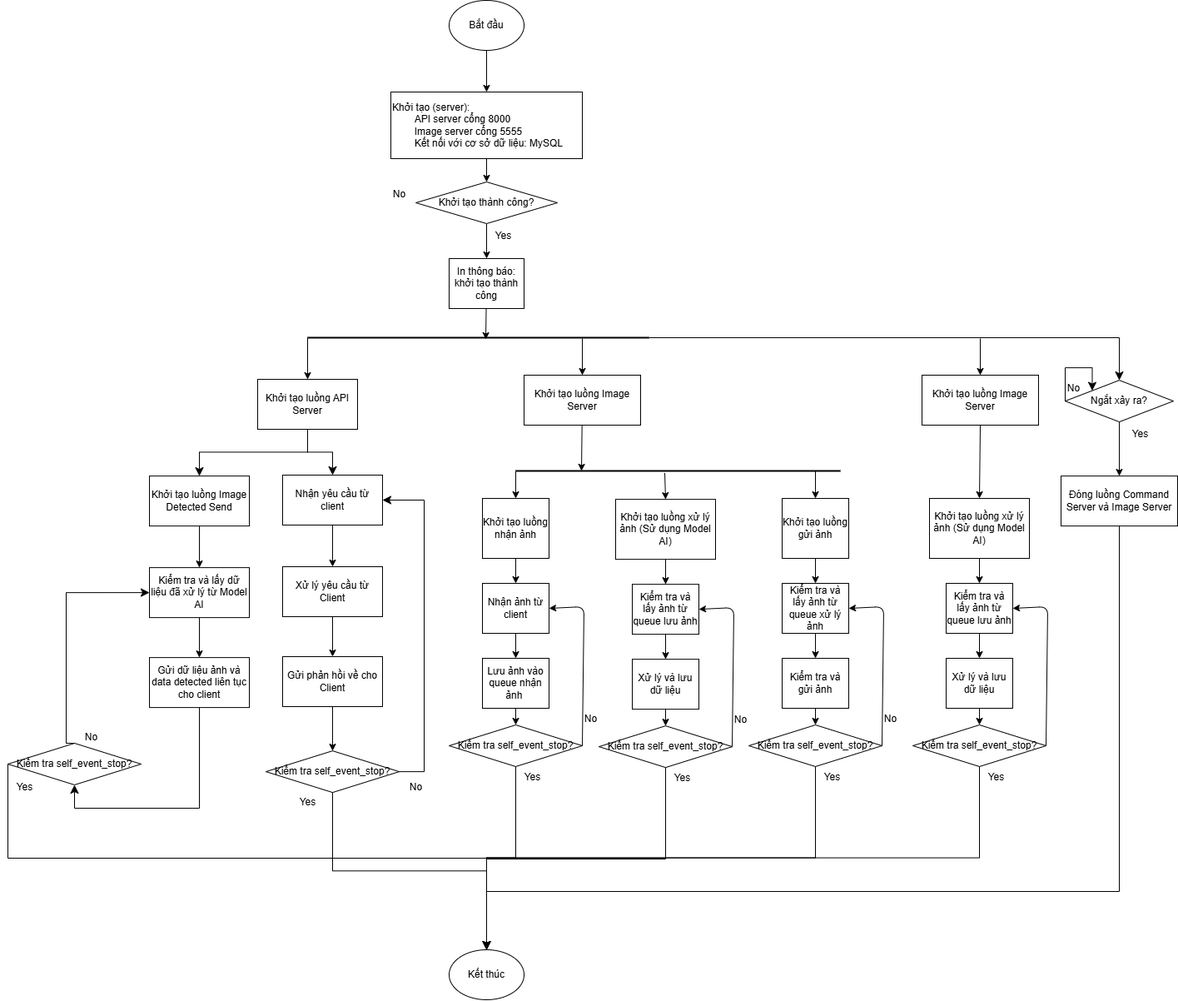
Earlier version of the draw.io export server_uml.png (QuangNTrex/PBL6_Web). Source tidied: cells renumbered, new cells last; positions are measured from the earlier drawing's top-left corner, leaving out a move shared by most shapes.
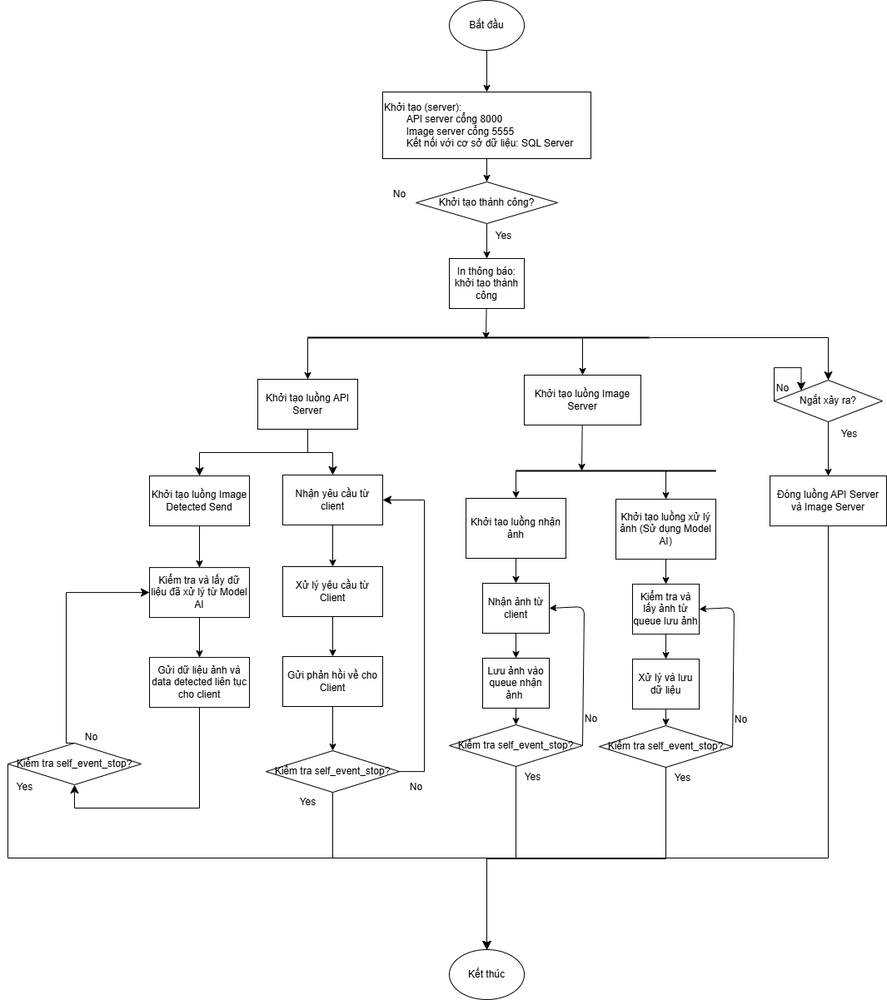
The same file after the commit.

What changed in the source:
```diff
@@ -11,8 +11,8 @@
     <mxCell id="4" style="edgeStyle=none;html=1;entryX=0.5;entryY=0;entryDx=0;entryDy=0;" parent="1" edge="1" source="5" target="7">
       <mxGeometry relative="1" as="geometry" />
     </mxCell>
-    <mxCell id="5" value="Khởi tạo (server):&lt;div&gt;&lt;span style=&quot;white-space: pre;&quot;&gt;&#9;&lt;/span&gt;API server cổng 8000&lt;br&gt;&lt;/div&gt;&lt;div&gt;&lt;span style=&quot;white-space: pre;&quot;&gt;&#9;&lt;/span&gt;Image server cổng 5555&lt;br&gt;&lt;/div&gt;&lt;div&gt;&lt;span style=&quot;white-space: pre;&quot;&gt;&#9;&lt;/span&gt;Kết nối với cơ sở dữ liệu: MySQL&lt;br&gt;&lt;/div&gt;" style="rounded=0;whiteSpace=wrap;html=1;align=left;" parent="1" vertex="1">
-      <mxGeometry x="460" y="110" width="230" height="80" as="geometry" />
+    <mxCell id="5" value="Khởi tạo (server):&lt;div&gt;&lt;span style=&quot;white-space: pre;&quot;&gt;&#9;&lt;/span&gt;API server cổng 8000&lt;br&gt;&lt;/div&gt;&lt;div&gt;&lt;span style=&quot;white-space: pre;&quot;&gt;&#9;&lt;/span&gt;Image server cổng 5555&lt;br&gt;&lt;/div&gt;&lt;div&gt;&lt;span style=&quot;white-space: pre;&quot;&gt;&#9;&lt;/span&gt;Kết nối với cơ sở dữ liệu: SQL Server&lt;br&gt;&lt;/div&gt;" style="rounded=0;whiteSpace=wrap;html=1;align=left;" parent="1" vertex="1">
+      <mxGeometry x="450" y="110" width="250" height="80" as="geometry" />
     </mxCell>
     <mxCell id="6" style="edgeStyle=none;html=1;entryX=0.5;entryY=0;entryDx=0;entryDy=0;" parent="1" edge="1" source="7" target="9">
       <mxGeometry relative="1" as="geometry" />
@@ -58,21 +58,21 @@
       <mxGeometry relative="1" as="geometry" />
     </mxCell>
     <mxCell id="19" value="Khởi tạo luồng nhận ảnh" style="rounded=0;whiteSpace=wrap;html=1;" parent="1" vertex="1">
-      <mxGeometry x="570" y="598" width="80" height="72" as="geometry" />
+      <mxGeometry x="550" y="598" width="120" height="72" as="geometry" />
     </mxCell>
     <mxCell id="20" style="line;strokeWidth=2;html=1;" parent="1" vertex="1">
-      <mxGeometry x="610" y="560" width="390" height="10" as="geometry" />
+      <mxGeometry x="610" y="560" width="240" height="10" as="geometry" />
     </mxCell>
     <mxCell id="21" style="edgeStyle=none;html=1;" parent="1" edge="1" source="22" target="63">
       <mxGeometry relative="1" as="geometry" />
     </mxCell>
     <mxCell id="22" value="Ngắt xảy ra?" style="rhombus;whiteSpace=wrap;html=1;" parent="1" vertex="1">
-      <mxGeometry x="1270" y="456.1" width="130" height="50" as="geometry" />
+      <mxGeometry x="920" y="456.1" width="130" height="50" as="geometry" />
     </mxCell>
     <mxCell id="23" style="edgeStyle=elbowEdgeStyle;elbow=vertical;endArrow=classic;html=1;curved=0;rounded=0;endSize=8;startSize=8;entryX=0.5;entryY=0;entryDx=0;entryDy=0;exitX=0.5;exitY=1;exitDx=0;exitDy=0;" parent="1" edge="1" source="63" target="8">
       <mxGeometry relative="1" as="geometry">
         <Array as="points">
-          <mxPoint x="810" y="1070" />
+          <mxPoint x="930" y="1030" />
         </Array>
       </mxGeometry>
     </mxCell>
@@ -121,7 +121,7 @@
     <mxCell id="36" value="Khởi tạo luồng xử lý ảnh (Sử dụng Model AI)" style="rounded=0;whiteSpace=wrap;html=1;" parent="1" vertex="1">
       <mxGeometry x="730" y="599.1" width="120" height="72" as="geometry" />
     </mxCell>
-    <mxCell id="37" style="endArrow=classic;html=1;exitX=0.459;exitY=0.744;exitDx=0;exitDy=0;exitPerimeter=0;entryX=0.5;entryY=0;entryDx=0;entryDy=0;" parent="1" edge="1" source="20" target="36">
+    <mxCell id="37" style="endArrow=classic;html=1;exitX=0.75;exitY=0.5;exitDx=0;exitDy=0;exitPerimeter=0;entryX=0.5;entryY=0;entryDx=0;entryDy=0;" parent="1" edge="1" source="20" target="36">
       <mxGeometry relative="1" as="geometry" />
     </mxCell>
     <mxCell id="38" value="Kiểm tra và lấy ảnh từ queue lưu ảnh" style="rounded=0;whiteSpace=wrap;html=1;" parent="1" vertex="1">
@@ -155,50 +155,8 @@
     <mxCell id="46" value="Yes" style="text;html=1;align=center;verticalAlign=middle;strokeColor=none;fillColor=none;" parent="1" vertex="1">
       <mxGeometry x="790" y="919.1" width="40" height="30" as="geometry" />
     </mxCell>
-    <mxCell id="47" style="edgeStyle=none;html=1;entryX=0.5;entryY=0;entryDx=0;entryDy=0;" parent="1" edge="1" source="48" target="50">
-      <mxGeometry relative="1" as="geometry" />
-    </mxCell>
-    <mxCell id="48" value="Khởi tạo luồng gửi ảnh" style="rounded=0;whiteSpace=wrap;html=1;" parent="1" vertex="1">
-      <mxGeometry x="930" y="598" width="80" height="72" as="geometry" />
-    </mxCell>
-    <mxCell id="49" style="endArrow=classic;html=1;exitX=0;exitY=0.5;exitDx=0;exitDy=0;exitPerimeter=0;entryX=0.5;entryY=0;entryDx=0;entryDy=0;" parent="1" edge="1" target="48">
-      <mxGeometry relative="1" as="geometry">
-        <mxPoint x="970" y="565" as="sourcePoint" />
-      </mxGeometry>
-    </mxCell>
-    <mxCell id="50" value="Kiểm tra và lấy ảnh từ queue xử lý ảnh" style="rounded=0;whiteSpace=wrap;html=1;" parent="1" vertex="1">
-      <mxGeometry x="930" y="700" width="80" height="60" as="geometry" />
-    </mxCell>
-    <mxCell id="51" style="edgeStyle=none;html=1;entryX=0.5;entryY=0;entryDx=0;entryDy=0;exitX=0.5;exitY=1;exitDx=0;exitDy=0;" parent="1" edge="1" source="50" target="53">
-      <mxGeometry relative="1" as="geometry" />
-    </mxCell>
-    <mxCell id="52" style="edgeStyle=none;html=1;entryX=0.5;entryY=0;entryDx=0;entryDy=0;" parent="1" edge="1" source="53" target="55">
-      <mxGeometry relative="1" as="geometry" />
-    </mxCell>
-    <mxCell id="53" value="Kiểm tra và gửi ảnh" style="rounded=0;whiteSpace=wrap;html=1;" parent="1" vertex="1">
-      <mxGeometry x="930" y="790" width="80" height="60" as="geometry" />
-    </mxCell>
-    <mxCell id="54" style="edgeStyle=none;html=1;exitX=1;exitY=0.5;exitDx=0;exitDy=0;entryX=1;entryY=0.5;entryDx=0;entryDy=0;" parent="1" edge="1" source="55" target="50">
-      <mxGeometry relative="1" as="geometry">
-        <Array as="points">
-          <mxPoint x="1052" y="728" />
-        </Array>
-      </mxGeometry>
-    </mxCell>
-    <mxCell id="55" value="Kiểm tra self_event_stop?" style="rhombus;whiteSpace=wrap;html=1;" parent="1" vertex="1">
-      <mxGeometry x="890" y="870" width="160" height="50" as="geometry" />
-    </mxCell>
-    <mxCell id="56" value="No" style="text;html=1;align=center;verticalAlign=middle;strokeColor=none;fillColor=none;" parent="1" vertex="1">
-      <mxGeometry x="1040" y="848" width="40" height="30" as="geometry" />
-    </mxCell>
-    <mxCell id="57" style="edgeStyle=elbowEdgeStyle;elbow=vertical;endArrow=classic;html=1;curved=0;rounded=0;endSize=8;startSize=8;exitX=0.5;exitY=1;exitDx=0;exitDy=0;entryX=0.5;entryY=0;entryDx=0;entryDy=0;" parent="1" edge="1" source="55" target="8">
-      <mxGeometry relative="1" as="geometry" />
-    </mxCell>
-    <mxCell id="58" value="Yes" style="text;html=1;align=center;verticalAlign=middle;strokeColor=none;fillColor=none;" parent="1" vertex="1">
-      <mxGeometry x="970" y="918" width="40" height="30" as="geometry" />
-    </mxCell>
     <mxCell id="59" value="Yes" style="text;html=1;align=center;verticalAlign=middle;strokeColor=none;fillColor=none;" parent="1" vertex="1">
-      <mxGeometry x="1340" y="506.1" width="40" height="30" as="geometry" />
+      <mxGeometry x="990" y="506.1" width="40" height="30" as="geometry" />
     </mxCell>
     <mxCell id="60" style="edgeStyle=elbowEdgeStyle;elbow=vertical;endArrow=classic;html=1;curved=0;rounded=0;endSize=8;startSize=8;exitX=1;exitY=0.5;exitDx=0;exitDy=0;exitPerimeter=0;entryX=0.5;entryY=0;entryDx=0;entryDy=0;" parent="1" edge="1" source="12" target="22">
       <mxGeometry relative="1" as="geometry">
@@ -210,17 +168,17 @@
     <mxCell id="61" style="edgeStyle=elbowEdgeStyle;elbow=vertical;endArrow=classic;html=1;curved=0;rounded=0;endSize=8;startSize=8;exitX=0;exitY=0.5;exitDx=0;exitDy=0;entryX=0;entryY=0;entryDx=0;entryDy=0;" parent="1" edge="1" source="22" target="22">
       <mxGeometry relative="1" as="geometry">
         <Array as="points">
-          <mxPoint x="1280" y="441.1" />
-          <mxPoint x="1230" y="441.1" />
-          <mxPoint x="1230" y="481.1" />
+          <mxPoint x="930" y="441.1" />
+          <mxPoint x="880" y="441.1" />
+          <mxPoint x="880" y="481.1" />
         </Array>
       </mxGeometry>
     </mxCell>
     <mxCell id="62" value="No" style="text;html=1;align=center;verticalAlign=middle;strokeColor=none;fillColor=none;" parent="1" vertex="1">
-      <mxGeometry x="1260" y="451.1" width="40" height="30" as="geometry" />
+      <mxGeometry x="910" y="451.1" width="40" height="30" as="geometry" />
     </mxCell>
-    <mxCell id="63" value="Đóng luồng Command Server và Image Server" style="rounded=0;whiteSpace=wrap;html=1;" parent="1" vertex="1">
-      <mxGeometry x="1265" y="571.1" width="140" height="60" as="geometry" />
+    <mxCell id="63" value="Đóng luồng API Server và Image Server" style="rounded=0;whiteSpace=wrap;html=1;" parent="1" vertex="1">
+      <mxGeometry x="915" y="571.1" width="140" height="60" as="geometry" />
     </mxCell>
     <mxCell id="64" style="edgeStyle=none;html=1;entryX=0.5;entryY=0;entryDx=0;entryDy=0;" parent="1" edge="1" source="65" target="68">
       <mxGeometry relative="1" as="geometry" />
@@ -309,52 +267,11 @@
       <mxGeometry x="340" y="948" width="40" height="30" as="geometry" />
     </mxCell>
     <mxCell id="87" style="edgeStyle=elbowEdgeStyle;elbow=vertical;endArrow=classic;html=1;curved=0;rounded=0;endSize=8;startSize=8;entryX=0.5;entryY=0;entryDx=0;entryDy=0;exitX=0.5;exitY=1;exitDx=0;exitDy=0;" parent="1" edge="1" source="84" target="8">
-      <mxGeometry relative="1" as="geometry" />
+      <mxGeometry relative="1" as="geometry">
+        <Array as="points">
+          <mxPoint x="490" y="1030" />
+        </Array>
+      </mxGeometry>
     </mxCell>
-    <mxCell id="88" style="endArrow=classic;html=1;entryX=0.5;entryY=0;entryDx=0;entryDy=0;" parent="1" edge="1" target="89">
-      <mxGeometry relative="1" as="geometry">
-        <mxPoint x="1168" y="406" as="sourcePoint" />
-      </mxGeometry>
-    </mxCell>
-    <mxCell id="89" value="Khởi tạo luồng Image Server" style="rounded=0;whiteSpace=wrap;html=1;" parent="1" vertex="1">
-      <mxGeometry x="1098" y="450" width="140" height="60" as="geometry" />
-    </mxCell>
-    <mxCell id="90" style="edgeStyle=none;html=1;entryX=0.5;entryY=0;entryDx=0;entryDy=0;" parent="1" edge="1" source="91" target="93">
-      <mxGeometry relative="1" as="geometry" />
-    </mxCell>
-    <mxCell id="91" value="Khởi tạo luồng xử lý ảnh (Sử dụng Model AI)" style="rounded=0;whiteSpace=wrap;html=1;" parent="1" vertex="1">
-      <mxGeometry x="1107" y="598" width="120" height="72" as="geometry" />
-    </mxCell>
-    <mxCell id="92" style="endArrow=classic;html=1;exitX=0.5;exitY=1;exitDx=0;exitDy=0;entryX=0.5;entryY=0;entryDx=0;entryDy=0;" parent="1" edge="1" source="89" target="91">
-      <mxGeometry relative="1" as="geometry" />
-    </mxCell>
-    <mxCell id="93" value="Kiểm tra và lấy ảnh từ queue lưu ảnh" style="rounded=0;whiteSpace=wrap;html=1;" parent="1" vertex="1">
-      <mxGeometry x="1127" y="700" width="80" height="60" as="geometry" />
-    </mxCell>
-    <mxCell id="94" style="edgeStyle=none;html=1;entryX=0.5;entryY=0;entryDx=0;entryDy=0;exitX=0.5;exitY=1;exitDx=0;exitDy=0;" parent="1" edge="1" source="93" target="96">
-      <mxGeometry relative="1" as="geometry" />
-    </mxCell>
-    <mxCell id="95" style="edgeStyle=none;html=1;entryX=0.5;entryY=0;entryDx=0;entryDy=0;" parent="1" edge="1" source="96" target="98">
-      <mxGeometry relative="1" as="geometry" />
-    </mxCell>
-    <mxCell id="96" value="Xử lý và lưu dữ liệu" style="rounded=0;whiteSpace=wrap;html=1;" parent="1" vertex="1">
-      <mxGeometry x="1127" y="790" width="80" height="60" as="geometry" />
-    </mxCell>
-    <mxCell id="97" style="edgeStyle=none;html=1;exitX=1;exitY=0.5;exitDx=0;exitDy=0;entryX=1;entryY=0.5;entryDx=0;entryDy=0;" parent="1" edge="1" source="98" target="93">
-      <mxGeometry relative="1" as="geometry">
-        <Array as="points">
-          <mxPoint x="1249" y="728" />
-        </Array>
-      </mxGeometry>
-    </mxCell>
-    <mxCell id="98" value="Kiểm tra self_event_stop?" style="rhombus;whiteSpace=wrap;html=1;" parent="1" vertex="1">
-      <mxGeometry x="1087" y="870" width="160" height="50" as="geometry" />
-    </mxCell>
-    <mxCell id="99" value="Yes" style="text;html=1;align=center;verticalAlign=middle;strokeColor=none;fillColor=none;" parent="1" vertex="1">
-      <mxGeometry x="1167" y="918" width="40" height="30" as="geometry" />
-    </mxCell>
-    <mxCell id="100" style="edgeStyle=elbowEdgeStyle;elbow=vertical;endArrow=classic;html=1;curved=0;rounded=0;endSize=8;startSize=8;entryX=0.5;entryY=0;entryDx=0;entryDy=0;exitX=0.5;exitY=1;exitDx=0;exitDy=0;" parent="1" edge="1" source="98" target="8">
-      <mxGeometry relative="1" as="geometry" />
-    </mxCell>
   </root>
 </mxGraphModel>
```
